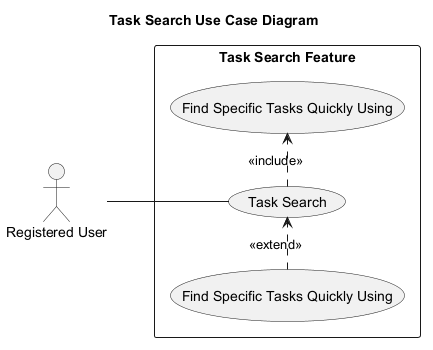
Dulneth210229/Auto-Forge-MAS keeps this PlantUML diagram as services/agentic_service/outputs/taskflow/feature-task-search/03_architecture/task_search_usecase_v1.png. Above is the earlier version.
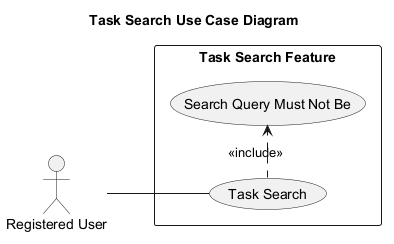
Above is the later version.

What changed in the source:
```diff
@@ -9,12 +9,10 @@
 
 rectangle "Task Search Feature" {
   usecase "Task Search" as UC_001
-  usecase "Find Specific Tasks Quickly Using" as UC_002
-  usecase "Find Specific Tasks Quickly Using" as UC_003
+  usecase "Search Query Must Not Be" as UC_002
 }
 
 ACT_001 -- UC_001
 UC_001 .> UC_002 : <<include>>
-UC_003 .> UC_001 : <<extend>>
 
 @enduml
```
